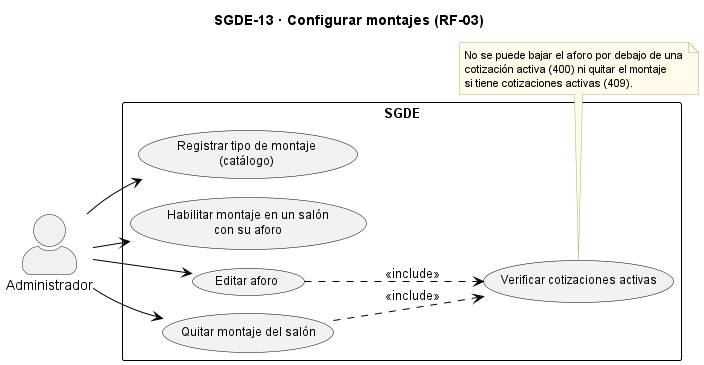
Above: docs/casos_uso_sgde/SGDE-13_Configurar_montajes.png in AndreCamx2/Gestion-De-Eventos (PlantUML), before the change. Source of this version:
```plantuml
@startuml SGDE-13_Configurar_montajes
!pragma layout smetana
left to right direction
skinparam backgroundColor white
skinparam usecase {
  BackgroundColor #F2F2F2
  BorderColor black
  FontSize 12
}
skinparam rectangle {
  BorderColor black
  FontSize 13
  FontStyle bold
}
skinparam note {
  BackgroundColor #FFFBEA
  BorderColor #B8A86B
  FontSize 11
}
skinparam ArrowColor black
skinparam actorStyle awesome
title SGDE-13 · Configurar montajes (RF-03)

actor "Administrador" as AD

rectangle "SGDE" {
  usecase "Registrar tipo de montaje\n(catálogo)" as UC1
  usecase "Habilitar montaje en un salón\ncon su aforo" as UC2
  usecase "Editar aforo" as UC3
  usecase "Quitar montaje del salón" as UC4
  usecase "Verificar cotizaciones activas" as UC5
}

AD --> UC1
AD --> UC2
AD --> UC3
AD --> UC4
UC3 ..> UC5 : <<include>>
UC4 ..> UC5 : <<include>>

note bottom of UC5
  No se puede bajar el aforo por debajo de una
  cotización activa (400) ni quitar el montaje
  si tiene cotizaciones activas (409).
end note
@enduml
```
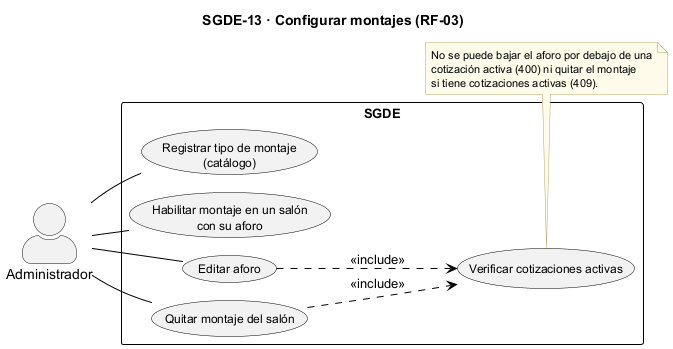
The same file after the commit.

What changed in the source:
```diff
@@ -31,10 +31,10 @@
   usecase "Verificar cotizaciones activas" as UC5
 }
 
-AD --> UC1
-AD --> UC2
-AD --> UC3
-AD --> UC4
+AD -- UC1
+AD -- UC2
+AD -- UC3
+AD -- UC4
 UC3 ..> UC5 : <<include>>
 UC4 ..> UC5 : <<include>>
 
```
